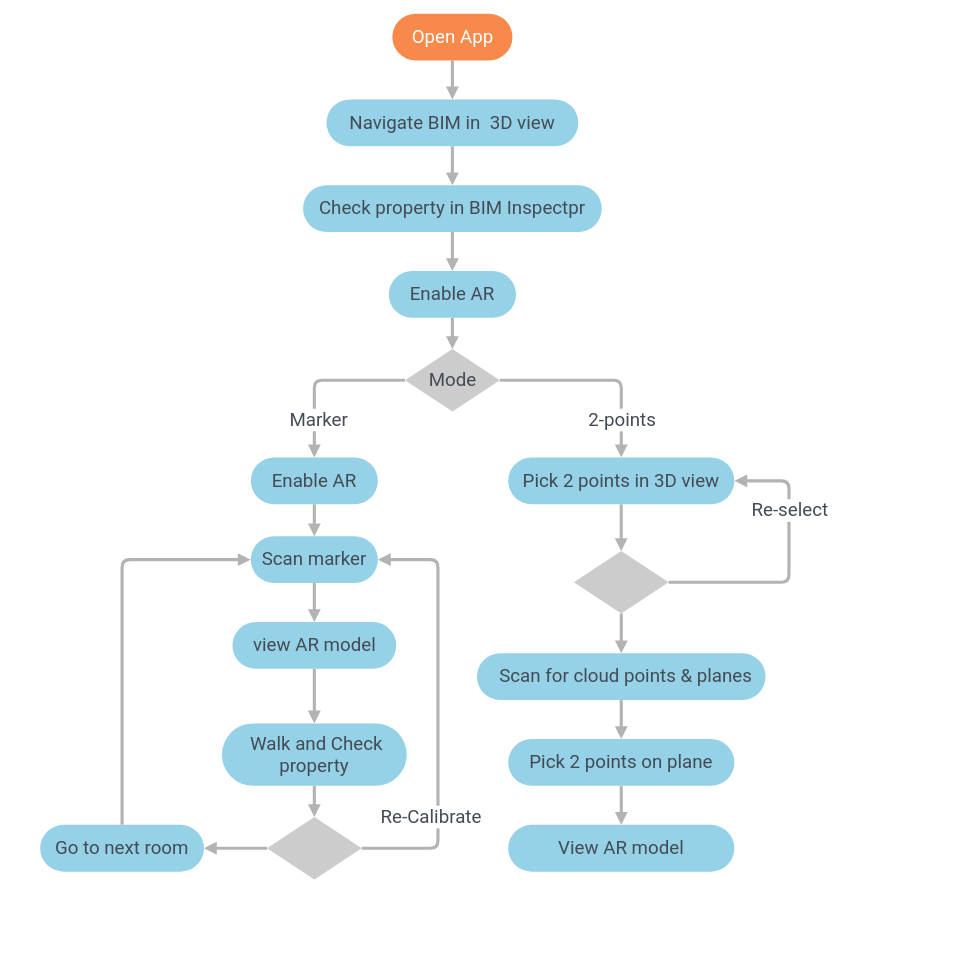
Before: Untitled Diagram.drawio in EricHsuYC/EricHsuYC.github.io, a draw.io diagram. Source tidied: cells renumbered, new cells numbered last; positions are measured from the earlier drawing's top-left corner, leaving out a move shared by most shapes. Both pictures are drawn from the tidied source at 78%, with x=0, y=0 at pixel (40, 13).
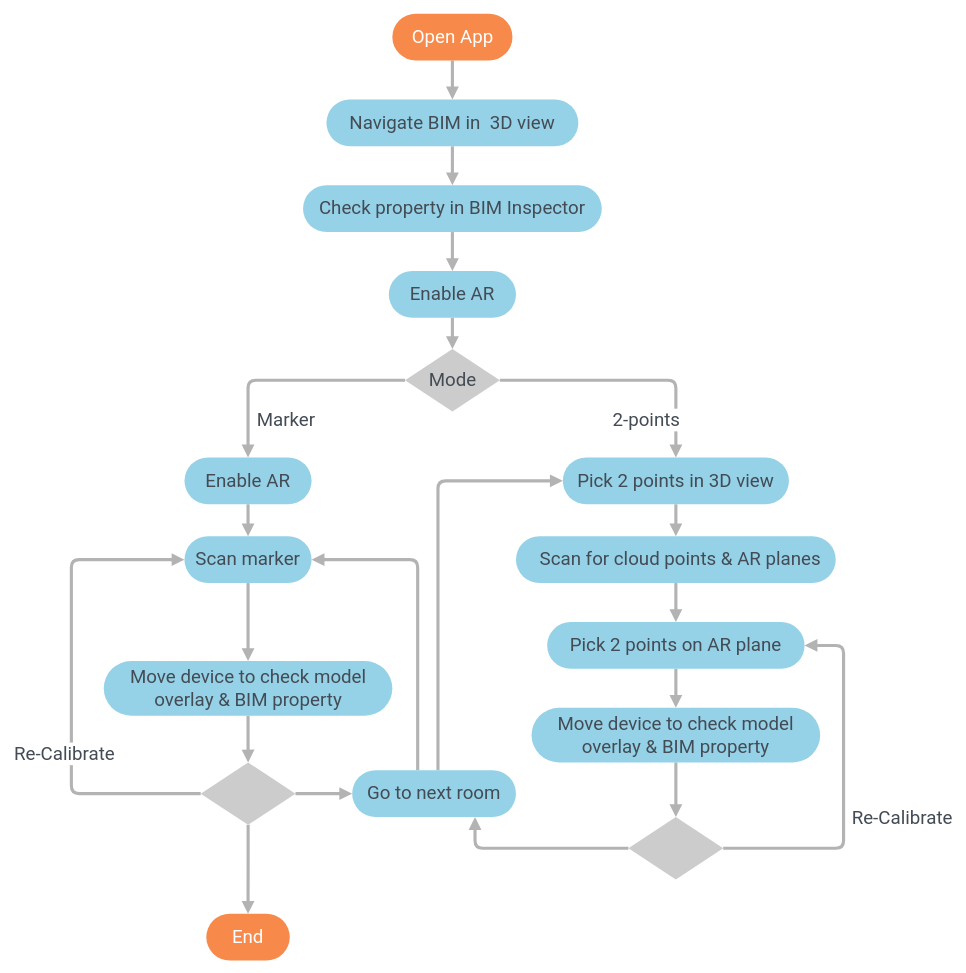
After the change.

Change to the diagram source:
```diff
@@
-    <mxCell id="5" value="&lt;font style=&quot;font-size: 24px&quot; face=&quot;Roboto&quot; color=&quot;#434b54&quot;&gt;Check property in BIM Inspectpr&lt;/font&gt;" style="rounded=1;whiteSpace=wrap;html=1;arcSize=50;fillColor=#96D2E7;strokeColor=none;" parent="1" vertex="1">
+    <mxCell id="5" value="&lt;font style=&quot;font-size: 24px&quot; face=&quot;Roboto&quot; color=&quot;#434b54&quot;&gt;Check property in BIM Inspector&lt;/font&gt;" style="rounded=1;whiteSpace=wrap;html=1;arcSize=50;fillColor=#96D2E7;strokeColor=none;" parent="1" vertex="1">
       <mxGeometry x="337" y="220" width="383" height="60" as="geometry" />
     </mxCell>
@@
-    <mxCell id="15" style="edgeStyle=orthogonalEdgeStyle;jettySize=auto;html=1;entryX=0.5;entryY=0;entryDx=0;entryDy=0;startFill=0;endArrow=block;endFill=1;strokeColor=#B3B3B3;strokeWidth=4;" parent="1" edge="1" source="16" target="28">
-      <mxGeometry relative="1" as="geometry" />
-    </mxCell>
+    <mxCell id="40" style="edgeStyle=orthogonalEdgeStyle;jettySize=auto;html=1;entryX=0.5;entryY=0;entryDx=0;entryDy=0;startFill=0;endArrow=block;endFill=1;strokeColor=#B3B3B3;strokeWidth=4;" parent="1" edge="1" source="16" target="30">
+      <mxGeometry relative="1" as="geometry" />
+    </mxCell>
     <mxCell id="16" value="&lt;font color=&quot;#434b54&quot; face=&quot;Roboto&quot;&gt;&lt;span style=&quot;font-size: 24px&quot;&gt;Pick 2 points in 3D view&lt;/span&gt;&lt;/font&gt;" style="rounded=1;whiteSpace=wrap;html=1;arcSize=50;fillColor=#96D2E7;strokeColor=none;" parent="1" vertex="1">
-      <mxGeometry x="600" y="569" width="290" height="60" as="geometry" />
+      <mxGeometry x="670" y="569" width="290" height="60" as="geometry" />
     </mxCell>
@@
     <mxCell id="18" value="&lt;font color=&quot;#434b54&quot; face=&quot;Roboto&quot;&gt;&lt;span style=&quot;font-size: 24px&quot;&gt;Enable AR&lt;/span&gt;&lt;/font&gt;" style="rounded=1;whiteSpace=wrap;html=1;arcSize=50;fillColor=#96D2E7;strokeColor=none;" parent="1" vertex="1">
-      <mxGeometry x="270" y="569" width="163" height="60" as="geometry" />
+      <mxGeometry x="185" y="569" width="163" height="60" as="geometry" />
     </mxCell>
-    <mxCell id="19" style="edgeStyle=orthogonalEdgeStyle;jettySize=auto;html=1;startFill=0;endArrow=block;endFill=1;strokeColor=#B3B3B3;strokeWidth=4;" parent="1" edge="1" source="20" target="22">
-      <mxGeometry relative="1" as="geometry" />
-    </mxCell>
+    <mxCell id="41" style="edgeStyle=orthogonalEdgeStyle;jettySize=auto;html=1;startFill=0;endArrow=block;endFill=1;strokeColor=#B3B3B3;strokeWidth=4;" parent="1" edge="1" source="20" target="52">
+      <mxGeometry relative="1" as="geometry" />
+    </mxCell>
     <mxCell id="20" value="&lt;font color=&quot;#434b54&quot; face=&quot;Roboto&quot;&gt;&lt;span style=&quot;font-size: 24px&quot;&gt;Scan marker&lt;/span&gt;&lt;/font&gt;" style="rounded=1;whiteSpace=wrap;html=1;arcSize=50;fillColor=#96D2E7;strokeColor=none;" parent="1" vertex="1">
-      <mxGeometry x="270" y="670" width="163" height="60" as="geometry" />
+      <mxGeometry x="185" y="670" width="163" height="60" as="geometry" />
     </mxCell>
-    <mxCell id="21" style="edgeStyle=orthogonalEdgeStyle;jettySize=auto;html=1;startFill=0;endArrow=block;endFill=1;strokeColor=#B3B3B3;strokeWidth=4;" parent="1" edge="1" source="22" target="24">
-      <mxGeometry relative="1" as="geometry" />
-    </mxCell>
-    <mxCell id="22" value="&lt;font color=&quot;#434b54&quot; face=&quot;Roboto&quot;&gt;&lt;span style=&quot;font-size: 24px&quot;&gt;view AR model&lt;/span&gt;&lt;/font&gt;" style="rounded=1;whiteSpace=wrap;html=1;arcSize=50;fillColor=#96D2E7;strokeColor=none;" parent="1" vertex="1">
-      <mxGeometry x="246.5" y="780" width="210" height="60" as="geometry" />
-    </mxCell>
-    <mxCell id="23" style="edgeStyle=orthogonalEdgeStyle;jettySize=auto;html=1;entryX=0.5;entryY=0;entryDx=0;entryDy=0;startFill=0;endArrow=block;endFill=1;strokeColor=#B3B3B3;strokeWidth=4;" parent="1" edge="1" source="24" target="37">
-      <mxGeometry relative="1" as="geometry" />
-    </mxCell>
-    <mxCell id="24" value="&lt;font color=&quot;#434b54&quot; face=&quot;Roboto&quot;&gt;&lt;span style=&quot;font-size: 24px&quot;&gt;&amp;nbsp;Walk and Check property&lt;/span&gt;&lt;/font&gt;" style="rounded=1;whiteSpace=wrap;html=1;arcSize=50;fillColor=#96D2E7;strokeColor=none;" parent="1" vertex="1">
-      <mxGeometry x="233" y="910" width="237" height="80" as="geometry" />
-    </mxCell>
-    <mxCell id="25" style="edgeStyle=orthogonalEdgeStyle;jettySize=auto;html=1;entryX=0.5;entryY=0;entryDx=0;entryDy=0;startFill=0;endArrow=block;endFill=1;strokeColor=#B3B3B3;strokeWidth=4;" parent="1" edge="1" source="28" target="30">
-      <mxGeometry relative="1" as="geometry" />
-    </mxCell>
-    <mxCell id="26" style="edgeStyle=orthogonalEdgeStyle;jettySize=auto;html=1;entryX=1;entryY=0.5;entryDx=0;entryDy=0;startFill=0;endArrow=block;endFill=1;strokeColor=#B3B3B3;strokeWidth=4;" parent="1" edge="1" source="28" target="16">
-      <mxGeometry relative="1" as="geometry">
-        <Array as="points">
-          <mxPoint x="745" y="729" />
-          <mxPoint x="960" y="729" />
-          <mxPoint x="960" y="599" />
-        </Array>
-      </mxGeometry>
-    </mxCell>
-    <mxCell id="27" value="Re-select" style="text;html=1;align=center;verticalAlign=middle;labelBackgroundColor=#ffffff;fontSize=24;fontFamily=Roboto;fontColor=#434B54;" parent="26" vertex="1">
-      <mxGeometry x="0.07" y="2" relative="1" as="geometry">
-        <mxPoint x="2.1" y="-57" as="offset" />
-      </mxGeometry>
-    </mxCell>
-    <mxCell id="28" style="rhombus;whiteSpace=wrap;html=1;rounded=0;comic=0;strokeColor=none;fillColor=#CCCCCC;" parent="1" vertex="1">
-      <mxGeometry x="684.2" y="689" width="121.5" height="80" as="geometry" />
-    </mxCell>
@@
-    <mxCell id="30" value="&lt;font color=&quot;#434b54&quot; face=&quot;Roboto&quot;&gt;&lt;span style=&quot;font-size: 24px&quot;&gt;&amp;nbsp; &amp;nbsp; Scan for cloud points &amp;amp; planes&amp;nbsp;&amp;nbsp;&lt;/span&gt;&lt;/font&gt;" style="rounded=1;whiteSpace=wrap;html=1;arcSize=50;fillColor=#96D2E7;strokeColor=none;" parent="1" vertex="1">
-      <mxGeometry x="560" y="820" width="370" height="60" as="geometry" />
+    <mxCell id="30" value="&lt;font color=&quot;#434b54&quot; face=&quot;Roboto&quot;&gt;&lt;span style=&quot;font-size: 24px&quot;&gt;&amp;nbsp; &amp;nbsp; Scan for cloud points &amp;amp; AR planes&amp;nbsp;&amp;nbsp;&lt;/span&gt;&lt;/font&gt;" style="rounded=1;whiteSpace=wrap;html=1;arcSize=50;fillColor=#96D2E7;strokeColor=none;" parent="1" vertex="1">
+      <mxGeometry x="610" y="670" width="410" height="60" as="geometry" />
     </mxCell>
@@
-    <mxCell id="32" value="&lt;font color=&quot;#434b54&quot; face=&quot;Roboto&quot;&gt;&lt;span style=&quot;font-size: 24px&quot;&gt;Pick 2 points on plane&lt;/span&gt;&lt;/font&gt;" style="rounded=1;whiteSpace=wrap;html=1;arcSize=50;fillColor=#96D2E7;strokeColor=none;" parent="1" vertex="1">
-      <mxGeometry x="600" y="930" width="290" height="60" as="geometry" />
+    <mxCell id="32" value="&lt;font color=&quot;#434b54&quot; face=&quot;Roboto&quot;&gt;&lt;span style=&quot;font-size: 24px&quot;&gt;Pick 2 points on AR plane&lt;/span&gt;&lt;/font&gt;" style="rounded=1;whiteSpace=wrap;html=1;arcSize=50;fillColor=#96D2E7;strokeColor=none;" parent="1" vertex="1">
+      <mxGeometry x="650" y="780" width="330" height="60" as="geometry" />
     </mxCell>
+    <mxCell id="42" style="edgeStyle=orthogonalEdgeStyle;jettySize=auto;html=1;startFill=0;endArrow=block;endFill=1;strokeColor=#B3B3B3;strokeWidth=4;" parent="1" edge="1" source="33" target="50">
+      <mxGeometry relative="1" as="geometry" />
+    </mxCell>
-    <mxCell id="33" value="&lt;font color=&quot;#434b54&quot; face=&quot;Roboto&quot;&gt;&lt;span style=&quot;font-size: 24px&quot;&gt;View AR model&lt;/span&gt;&lt;/font&gt;" style="rounded=1;whiteSpace=wrap;html=1;arcSize=50;fillColor=#96D2E7;strokeColor=none;" parent="1" vertex="1">
-      <mxGeometry x="600" y="1040" width="290" height="60" as="geometry" />
+    <mxCell id="33" value="&lt;font color=&quot;#434b54&quot; face=&quot;Roboto&quot;&gt;&lt;span style=&quot;font-size: 24px&quot;&gt;Move device to check model overlay &amp;amp; BIM property&lt;/span&gt;&lt;/font&gt;" style="rounded=1;whiteSpace=wrap;html=1;arcSize=50;fillColor=#96D2E7;strokeColor=none;" parent="1" vertex="1">
+      <mxGeometry x="630" y="890" width="370" height="70" as="geometry" />
     </mxCell>
+    <mxCell id="43" style="edgeStyle=orthogonalEdgeStyle;jettySize=auto;html=1;startFill=0;endArrow=block;endFill=1;strokeColor=#B3B3B3;strokeWidth=4;" parent="1" edge="1" source="37" target="46">
+      <mxGeometry relative="1" as="geometry" />
+    </mxCell>
-    <mxCell id="34" style="edgeStyle=orthogonalEdgeStyle;jettySize=auto;html=1;entryX=1;entryY=0.5;entryDx=0;entryDy=0;startFill=0;endArrow=block;endFill=1;strokeColor=#B3B3B3;strokeWidth=4;" parent="1" edge="1" source="37" target="39">
+    <mxCell id="34" style="edgeStyle=orthogonalEdgeStyle;jettySize=auto;html=1;entryX=0;entryY=0.5;entryDx=0;entryDy=0;startFill=0;endArrow=block;endFill=1;strokeColor=#B3B3B3;strokeWidth=4;" parent="1" edge="1" source="37" target="39">
       <mxGeometry relative="1" as="geometry" />
     </mxCell>
-    <mxCell id="35" style="edgeStyle=orthogonalEdgeStyle;jettySize=auto;html=1;entryX=1;entryY=0.5;entryDx=0;entryDy=0;startFill=0;endArrow=block;endFill=1;strokeColor=#B3B3B3;strokeWidth=4;" parent="1" edge="1" source="37" target="20">
+    <mxCell id="35" style="edgeStyle=orthogonalEdgeStyle;jettySize=auto;html=1;entryX=0;entryY=0.5;entryDx=0;entryDy=0;startFill=0;endArrow=block;endFill=1;strokeColor=#B3B3B3;strokeWidth=4;" parent="1" edge="1" source="37" target="20">
       <mxGeometry relative="1" as="geometry">
         <Array as="points">
-          <mxPoint x="510" y="1070" />
-          <mxPoint x="510" y="700" />
+          <mxPoint x="40" y="1000" />
+          <mxPoint x="40" y="700" />
         </Array>
       </mxGeometry>
     </mxCell>
-    <mxCell id="36" value="Re-Calibrate" style="text;html=1;align=center;verticalAlign=middle;labelBackgroundColor=#ffffff;fontSize=24;fontFamily=Roboto;fontColor=#434B54;" parent="35" vertex="1">
-      <mxGeometry x="0.41" y="-3" relative="1" as="geometry">
-        <mxPoint x="-13" y="246.2" as="offset" />
-      </mxGeometry>
-    </mxCell>
+    <mxCell id="44" value="Re-Calibrate" style="text;html=1;align=center;verticalAlign=middle;labelBackgroundColor=#ffffff;fontSize=24;fontFamily=Roboto;fontColor=#434B54;" parent="35" vertex="1">
+      <mxGeometry x="-0.11" y="1" relative="1" as="geometry">
+        <mxPoint x="-9" y="54.2" as="offset" />
+      </mxGeometry>
+    </mxCell>
     <mxCell id="37" style="rhombus;whiteSpace=wrap;html=1;rounded=0;comic=0;strokeColor=none;fillColor=#CCCCCC;dashed=1;fontFamily=Roboto;fontSize=24;fontColor=#434B54;" parent="1" vertex="1">
-      <mxGeometry x="290.8" y="1030" width="121.5" height="80" as="geometry" />
+      <mxGeometry x="205.8" y="960" width="121.5" height="80" as="geometry" />
     </mxCell>
-    <mxCell id="38" style="edgeStyle=orthogonalEdgeStyle;jettySize=auto;html=1;entryX=0;entryY=0.5;entryDx=0;entryDy=0;startFill=0;endArrow=block;endFill=1;strokeColor=#B3B3B3;strokeWidth=4;" parent="1" edge="1" source="39" target="20">
+    <mxCell id="38" style="edgeStyle=orthogonalEdgeStyle;jettySize=auto;html=1;entryX=1;entryY=0.5;entryDx=0;entryDy=0;startFill=0;endArrow=block;endFill=1;strokeColor=#B3B3B3;strokeWidth=4;" parent="1" edge="1" source="39" target="20">
       <mxGeometry relative="1" as="geometry">
         <Array as="points">
-          <mxPoint x="105" y="700" />
+          <mxPoint x="484" y="700" />
         </Array>
       </mxGeometry>
     </mxCell>
+    <mxCell id="45" style="edgeStyle=orthogonalEdgeStyle;jettySize=auto;html=1;entryX=0;entryY=0.5;entryDx=0;entryDy=0;startFill=0;endArrow=block;endFill=1;strokeColor=#B3B3B3;strokeWidth=4;" parent="1" edge="1" source="39" target="16">
+      <mxGeometry relative="1" as="geometry">
+        <Array as="points">
+          <mxPoint x="510" y="599" />
+        </Array>
+      </mxGeometry>
+    </mxCell>
     <mxCell id="39" value="&lt;font color=&quot;#434b54&quot; face=&quot;Roboto&quot;&gt;&lt;span style=&quot;font-size: 24px&quot;&gt;Go to next room&lt;/span&gt;&lt;/font&gt;" style="rounded=1;whiteSpace=wrap;html=1;arcSize=50;fillColor=#96D2E7;strokeColor=none;" parent="1" vertex="1">
-      <mxGeometry y="1040" width="210" height="60" as="geometry" />
+      <mxGeometry x="400" y="970" width="210" height="60" as="geometry" />
     </mxCell>
+    <mxCell id="46" value="&lt;font style=&quot;font-size: 24px&quot; color=&quot;#ffffff&quot;&gt;End&lt;/font&gt;" style="rounded=1;whiteSpace=wrap;html=1;fillColor=#F78A4A;fontFamily=Roboto;arcSize=50;strokeColor=none;dashed=1;" parent="1" vertex="1">
+      <mxGeometry x="213" y="1154" width="107" height="60" as="geometry" />
+    </mxCell>
+    <mxCell id="47" style="edgeStyle=orthogonalEdgeStyle;jettySize=auto;html=1;entryX=1;entryY=0.5;entryDx=0;entryDy=0;startFill=0;endArrow=block;endFill=1;strokeColor=#B3B3B3;strokeWidth=4;" parent="1" edge="1" source="50" target="32">
+      <mxGeometry relative="1" as="geometry">
+        <Array as="points">
+          <mxPoint x="815" y="1070" />
+          <mxPoint x="1030" y="1070" />
+          <mxPoint x="1030" y="810" />
+        </Array>
+      </mxGeometry>
+    </mxCell>
+    <mxCell id="48" value="Re-Calibrate" style="text;html=1;align=center;verticalAlign=middle;labelBackgroundColor=#ffffff;fontSize=24;fontFamily=Roboto;fontColor=#434B54;" parent="47" vertex="1">
+      <mxGeometry x="-0.66" y="-4" relative="1" as="geometry">
+        <mxPoint x="149.3" y="-44" as="offset" />
+      </mxGeometry>
+    </mxCell>
+    <mxCell id="49" style="edgeStyle=orthogonalEdgeStyle;jettySize=auto;html=1;entryX=0.75;entryY=1;entryDx=0;entryDy=0;startFill=0;endArrow=block;endFill=1;strokeColor=#B3B3B3;strokeWidth=4;" parent="1" edge="1" source="50" target="39">
+      <mxGeometry relative="1" as="geometry" />
+    </mxCell>
+    <mxCell id="50" style="rhombus;whiteSpace=wrap;html=1;rounded=0;comic=0;strokeColor=none;fillColor=#CCCCCC;dashed=1;fontFamily=Roboto;fontSize=24;fontColor=#434B54;" parent="1" vertex="1">
+      <mxGeometry x="754.2" y="1030" width="121.5" height="80" as="geometry" />
+    </mxCell>
+    <mxCell id="51" style="edgeStyle=orthogonalEdgeStyle;jettySize=auto;html=1;startFill=0;endArrow=block;endFill=1;strokeColor=#B3B3B3;strokeWidth=4;" parent="1" edge="1" source="52" target="37">
+      <mxGeometry relative="1" as="geometry" />
+    </mxCell>
+    <mxCell id="52" value="&lt;font color=&quot;#434b54&quot; face=&quot;Roboto&quot;&gt;&lt;span style=&quot;font-size: 24px&quot;&gt;Move device to check model overlay &amp;amp; BIM property&lt;/span&gt;&lt;/font&gt;" style="rounded=1;whiteSpace=wrap;html=1;arcSize=50;fillColor=#96D2E7;strokeColor=none;" parent="1" vertex="1">
+      <mxGeometry x="81.5" y="830" width="370" height="70" as="geometry" />
+    </mxCell>
```
